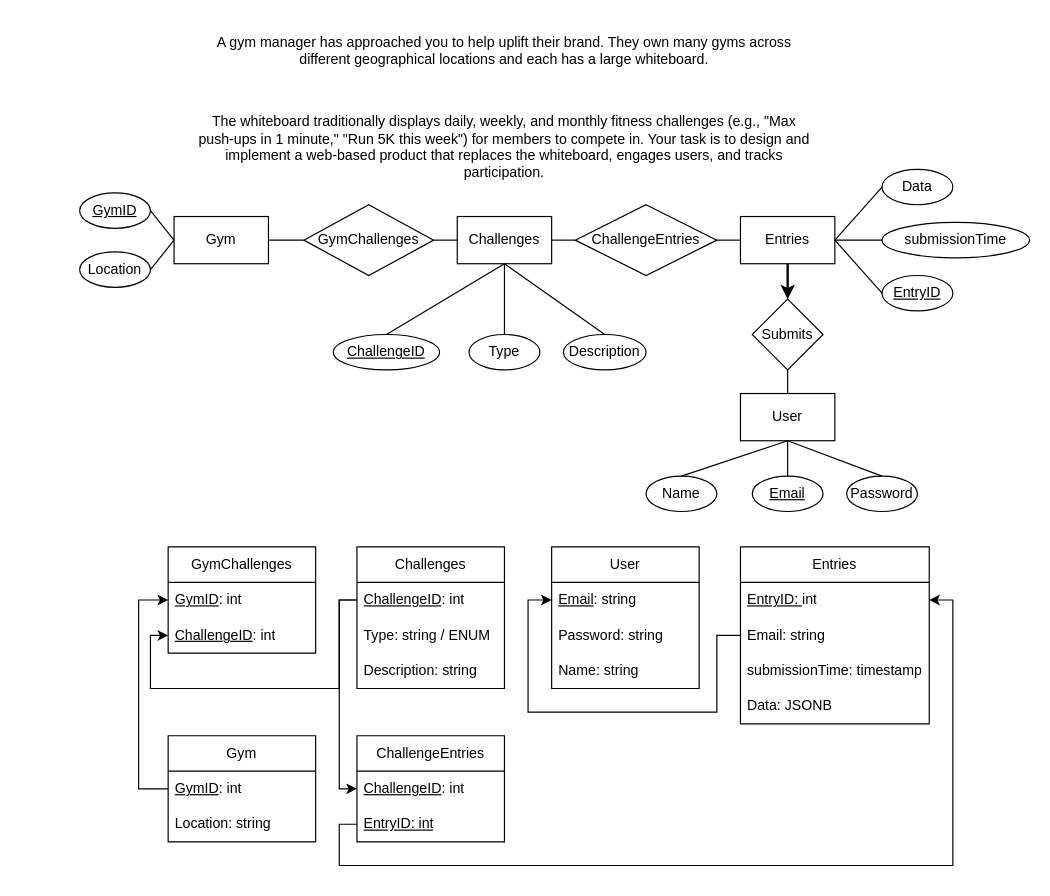
bwt2/onex-welcome-pack keeps this draw.io diagram as docs/onex-welcome-pack.drawio. Above is the earlier version. Source tidied: cells renumbered, new cells numbered last; positions are measured from the earlier drawing's top-left corner, leaving out a move shared by most shapes. Both pictures are drawn from the tidied source at 118%, with x=0, y=0 at pixel (79, 98).
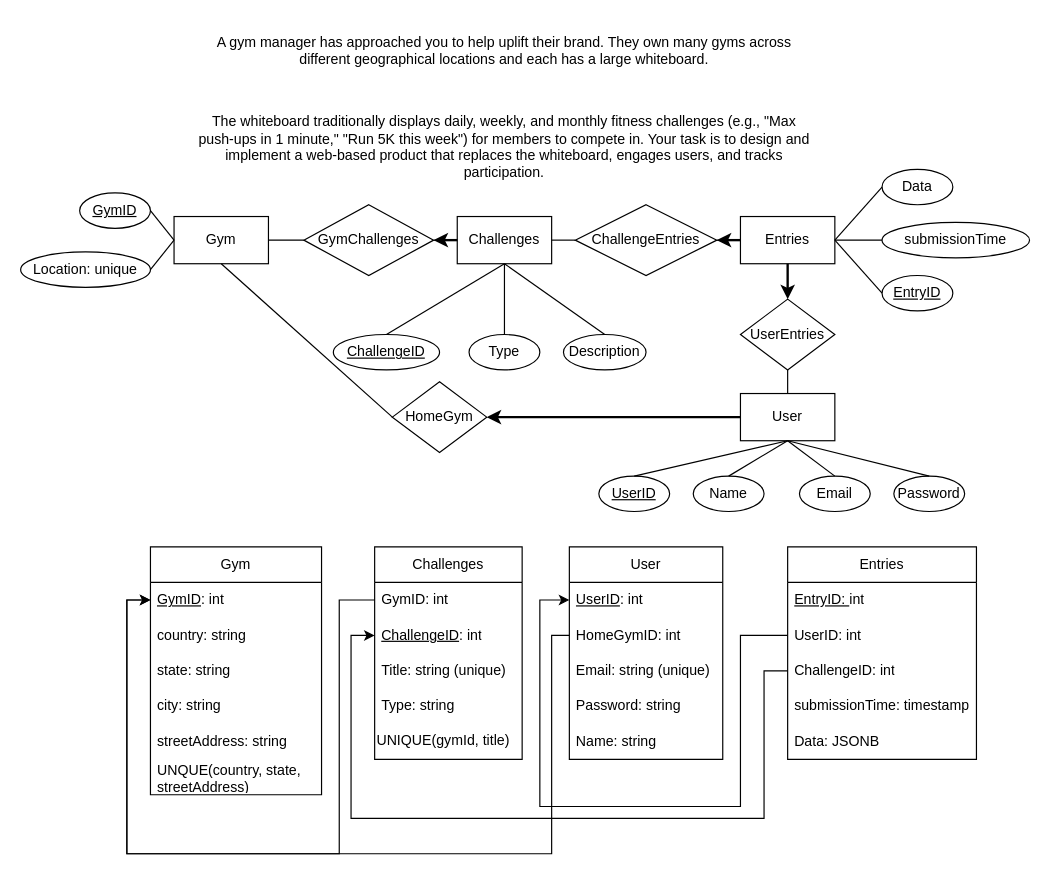
The same diagram, later.

The change refers to these unchanged cells:
```xml
<mxCell id="6" value="&lt;div&gt;Gym&lt;/div&gt;" style="rounded=0;whiteSpace=wrap;html=1;" parent="1" vertex="1">
  <mxGeometry x="80" y="100" width="80" height="40" as="geometry" />
</mxCell>
<mxCell id="9" value="GymChallenges" style="rhombus;whiteSpace=wrap;html=1;" parent="1" vertex="1">
  <mxGeometry x="190" y="90" width="110" height="60" as="geometry" />
</mxCell>
<mxCell id="10" value="&lt;div&gt;Challenges&lt;/div&gt;" style="rounded=0;whiteSpace=wrap;html=1;" parent="1" vertex="1">
  <mxGeometry x="320" y="100" width="80" height="40" as="geometry" />
</mxCell>
<mxCell id="13" value="Entries" style="rounded=0;whiteSpace=wrap;html=1;" parent="1" vertex="1">
  <mxGeometry x="560" y="100" width="80" height="40" as="geometry" />
</mxCell>
<mxCell id="14" value="User" style="rounded=0;whiteSpace=wrap;html=1;" parent="1" vertex="1">
  <mxGeometry x="560" y="250" width="80" height="40" as="geometry" />
</mxCell>
<mxCell id="19" value="ChallengeEntries" style="rhombus;whiteSpace=wrap;html=1;" parent="1" vertex="1">
  <mxGeometry x="420" y="90" width="120" height="60" as="geometry" />
</mxCell>
<mxCell id="49" value="&lt;u&gt;EntryID: &lt;/u&gt;int" style="text;strokeColor=none;fillColor=none;align=left;verticalAlign=middle;spacingLeft=4;spacingRight=4;overflow=hidden;points=[[0,0.5],[1,0.5]];portConstraint=eastwest;whiteSpace=wrap;html=1;" parent="48" vertex="1">
  <mxGeometry y="30" width="160" height="30" as="geometry" />
</mxCell>
```

The edit, as a diff of the source:
```diff
@@
     <mxCell id="2" value="Gym" style="swimlane;fontStyle=0;horizontal=1;startSize=30;whiteSpace=wrap;html=1;" parent="1" vertex="1">
-      <mxGeometry x="75" y="540" width="125" height="90" as="geometry" />
+      <mxGeometry x="60" y="380" width="145" height="210" as="geometry" />
     </mxCell>
     <mxCell id="3" value="&lt;u&gt;GymID&lt;/u&gt;: int" style="text;strokeColor=none;fillColor=none;align=left;verticalAlign=middle;spacingLeft=4;spacingRight=4;overflow=hidden;points=[[0,0.5],[1,0.5]];portConstraint=eastwest;whiteSpace=wrap;html=1;" parent="2" vertex="1">
-      <mxGeometry y="30" width="125" height="30" as="geometry" />
+      <mxGeometry y="30" width="145" height="30" as="geometry" />
     </mxCell>
-    <mxCell id="4" value="&lt;div&gt;Location: string&lt;/div&gt;" style="text;strokeColor=none;fillColor=none;align=left;verticalAlign=middle;spacingLeft=4;spacingRight=4;overflow=hidden;whiteSpace=wrap;html=1;" parent="2" vertex="1">
-      <mxGeometry y="60" width="125" height="30" as="geometry" />
+    <mxCell id="4" value="&lt;div&gt;country: string&lt;/div&gt;" style="text;strokeColor=none;fillColor=none;align=left;verticalAlign=middle;spacingLeft=4;spacingRight=4;overflow=hidden;whiteSpace=wrap;html=1;" parent="2" vertex="1">
+      <mxGeometry y="60" width="145" height="30" as="geometry" />
     </mxCell>
+    <mxCell id="65" value="&lt;div&gt;state: string&lt;/div&gt;" style="text;strokeColor=none;fillColor=none;align=left;verticalAlign=middle;spacingLeft=4;spacingRight=4;overflow=hidden;whiteSpace=wrap;html=1;" parent="2" vertex="1">
+      <mxGeometry y="90" width="145" height="30" as="geometry" />
+    </mxCell>
+    <mxCell id="66" value="&lt;div&gt;city: string&lt;/div&gt;" style="text;strokeColor=none;fillColor=none;align=left;verticalAlign=middle;spacingLeft=4;spacingRight=4;overflow=hidden;whiteSpace=wrap;html=1;" parent="2" vertex="1">
+      <mxGeometry y="120" width="145" height="30" as="geometry" />
+    </mxCell>
+    <mxCell id="67" value="&lt;div&gt;streetAddress: string&lt;/div&gt;" style="text;strokeColor=none;fillColor=none;align=left;verticalAlign=middle;spacingLeft=4;spacingRight=4;overflow=hidden;whiteSpace=wrap;html=1;" parent="2" vertex="1">
+      <mxGeometry y="150" width="145" height="30" as="geometry" />
+    </mxCell>
+    <mxCell id="68" value="&lt;div&gt;UNQUE(country, state, streetAddress)&lt;/div&gt;" style="text;strokeColor=none;fillColor=none;align=left;verticalAlign=middle;spacingLeft=4;spacingRight=4;overflow=hidden;whiteSpace=wrap;html=1;" parent="2" vertex="1">
+      <mxGeometry y="180" width="145" height="30" as="geometry" />
+    </mxCell>
@@
-    <mxCell id="11" value="Location" style="ellipse;whiteSpace=wrap;html=1;" parent="1" vertex="1">
-      <mxGeometry y="130" width="60" height="30" as="geometry" />
+    <mxCell id="11" value="Location: unique" style="ellipse;whiteSpace=wrap;html=1;" parent="1" vertex="1">
+      <mxGeometry x="-50" y="130" width="110" height="30" as="geometry" />
     </mxCell>
@@
-    <mxCell id="20" value="&lt;div&gt;Submits&lt;/div&gt;" style="rhombus;whiteSpace=wrap;html=1;" parent="1" vertex="1">
-      <mxGeometry x="570" y="170" width="60" height="60" as="geometry" />
+    <mxCell id="20" value="&lt;div&gt;UserEntries&lt;/div&gt;" style="rhombus;whiteSpace=wrap;html=1;" parent="1" vertex="1">
+      <mxGeometry x="560" y="170" width="80" height="60" as="geometry" />
     </mxCell>
@@
     <mxCell id="27" value="Name" style="ellipse;whiteSpace=wrap;html=1;" parent="1" vertex="1">
-      <mxGeometry x="480" y="320" width="60" height="30" as="geometry" />
+      <mxGeometry x="520" y="320" width="60" height="30" as="geometry" />
     </mxCell>
-    <mxCell id="28" value="&lt;div&gt;&lt;u&gt;Email&lt;/u&gt;&lt;/div&gt;" style="ellipse;whiteSpace=wrap;html=1;" parent="1" vertex="1">
-      <mxGeometry x="570" y="320" width="60" height="30" as="geometry" />
+    <mxCell id="28" value="&lt;div&gt;Email&lt;/div&gt;" style="ellipse;whiteSpace=wrap;html=1;" parent="1" vertex="1">
+      <mxGeometry x="610" y="320" width="60" height="30" as="geometry" />
     </mxCell>
@@
     <mxCell id="31" value="Password" style="ellipse;whiteSpace=wrap;html=1;" parent="1" vertex="1">
-      <mxGeometry x="650" y="320" width="60" height="30" as="geometry" />
+      <mxGeometry x="690" y="320" width="60" height="30" as="geometry" />
     </mxCell>
@@
     <mxCell id="37" value="Challenges" style="swimlane;fontStyle=0;horizontal=1;startSize=30;whiteSpace=wrap;html=1;" parent="1" vertex="1">
-      <mxGeometry x="235" y="380" width="125" height="120" as="geometry" />
+      <mxGeometry x="250" y="380" width="125" height="180" as="geometry" />
     </mxCell>
+    <mxCell id="69" value="GymID: int" style="text;strokeColor=none;fillColor=none;align=left;verticalAlign=middle;spacingLeft=4;spacingRight=4;overflow=hidden;points=[[0,0.5],[1,0.5]];portConstraint=eastwest;whiteSpace=wrap;html=1;" parent="37" vertex="1">
+      <mxGeometry y="30" width="125" height="30" as="geometry" />
+    </mxCell>
     <mxCell id="38" value="&lt;u&gt;ChallengeID&lt;/u&gt;: int" style="text;strokeColor=none;fillColor=none;align=left;verticalAlign=middle;spacingLeft=4;spacingRight=4;overflow=hidden;points=[[0,0.5],[1,0.5]];portConstraint=eastwest;whiteSpace=wrap;html=1;" parent="37" vertex="1">
-      <mxGeometry y="30" width="125" height="30" as="geometry" />
+      <mxGeometry y="60" width="125" height="30" as="geometry" />
     </mxCell>
+    <mxCell id="40" value="&lt;div&gt;Title: string (unique)&lt;/div&gt;" style="text;strokeColor=none;fillColor=none;align=left;verticalAlign=middle;spacingLeft=4;spacingRight=4;overflow=hidden;whiteSpace=wrap;html=1;" parent="37" vertex="1">
+      <mxGeometry y="90" width="125" height="30" as="geometry" />
+    </mxCell>
-    <mxCell id="39" value="&lt;div&gt;Type: string / ENUM&lt;/div&gt;" style="text;strokeColor=none;fillColor=none;align=left;verticalAlign=middle;spacingLeft=4;spacingRight=4;overflow=hidden;whiteSpace=wrap;html=1;" parent="37" vertex="1">
-      <mxGeometry y="60" width="125" height="30" as="geometry" />
+    <mxCell id="39" value="&lt;div&gt;Type: string&lt;/div&gt;" style="text;strokeColor=none;fillColor=none;align=left;verticalAlign=middle;spacingLeft=4;spacingRight=4;overflow=hidden;whiteSpace=wrap;html=1;" parent="37" vertex="1">
+      <mxGeometry y="120" width="125" height="30" as="geometry" />
     </mxCell>
-    <mxCell id="40" value="&lt;div&gt;Description: string&lt;/div&gt;" style="text;strokeColor=none;fillColor=none;align=left;verticalAlign=middle;spacingLeft=4;spacingRight=4;overflow=hidden;whiteSpace=wrap;html=1;" parent="37" vertex="1">
-      <mxGeometry y="90" width="125" height="30" as="geometry" />
-    </mxCell>
+    <mxCell id="70" value="UNIQUE(gymId, title)" style="text;whiteSpace=wrap;" parent="37" vertex="1">
+      <mxGeometry y="150" width="125" height="30" as="geometry" />
+    </mxCell>
     <mxCell id="41" value="User" style="swimlane;fontStyle=0;horizontal=1;startSize=30;whiteSpace=wrap;html=1;" parent="1" vertex="1">
-      <mxGeometry x="400" y="380" width="125" height="120" as="geometry" />
+      <mxGeometry x="415" y="380" width="130" height="180" as="geometry" />
     </mxCell>
+    <mxCell id="71" value="&lt;u&gt;UserID&lt;/u&gt;: int" style="text;strokeColor=none;fillColor=none;align=left;verticalAlign=middle;spacingLeft=4;spacingRight=4;overflow=hidden;points=[[0,0.5],[1,0.5]];portConstraint=eastwest;whiteSpace=wrap;html=1;" parent="41" vertex="1">
+      <mxGeometry y="30" width="130" height="30" as="geometry" />
+    </mxCell>
+    <mxCell id="72" value="HomeGymID: int" style="text;strokeColor=none;fillColor=none;align=left;verticalAlign=middle;spacingLeft=4;spacingRight=4;overflow=hidden;points=[[0,0.5],[1,0.5]];portConstraint=eastwest;whiteSpace=wrap;html=1;" parent="41" vertex="1">
+      <mxGeometry y="60" width="130" height="30" as="geometry" />
+    </mxCell>
-    <mxCell id="42" value="&lt;u&gt;Email&lt;/u&gt;: string" style="text;strokeColor=none;fillColor=none;align=left;verticalAlign=middle;spacingLeft=4;spacingRight=4;overflow=hidden;points=[[0,0.5],[1,0.5]];portConstraint=eastwest;whiteSpace=wrap;html=1;" parent="41" vertex="1">
-      <mxGeometry y="30" width="125" height="30" as="geometry" />
+    <mxCell id="42" value="Email: string (unique)" style="text;strokeColor=none;fillColor=none;align=left;verticalAlign=middle;spacingLeft=4;spacingRight=4;overflow=hidden;points=[[0,0.5],[1,0.5]];portConstraint=eastwest;whiteSpace=wrap;html=1;" parent="41" vertex="1">
+      <mxGeometry y="90" width="130" height="30" as="geometry" />
     </mxCell>
     <mxCell id="43" value="Password: string" style="text;strokeColor=none;fillColor=none;align=left;verticalAlign=middle;spacingLeft=4;spacingRight=4;overflow=hidden;whiteSpace=wrap;html=1;" parent="41" vertex="1">
-      <mxGeometry y="60" width="125" height="30" as="geometry" />
+      <mxGeometry y="120" width="130" height="30" as="geometry" />
     </mxCell>
     <mxCell id="44" value="Name: string" style="text;strokeColor=none;fillColor=none;align=left;verticalAlign=middle;spacingLeft=4;spacingRight=4;overflow=hidden;whiteSpace=wrap;html=1;" parent="41" vertex="1">
-      <mxGeometry y="90" width="125" height="30" as="geometry" />
+      <mxGeometry y="150" width="130" height="30" as="geometry" />
     </mxCell>
-    <mxCell id="45" value="GymChallenges" style="swimlane;fontStyle=0;horizontal=1;startSize=30;whiteSpace=wrap;html=1;" parent="1" vertex="1">
-      <mxGeometry x="75" y="380" width="125" height="90" as="geometry" />
-    </mxCell>
-    <mxCell id="46" value="&lt;u&gt;GymID&lt;/u&gt;: int" style="text;strokeColor=none;fillColor=none;align=left;verticalAlign=middle;spacingLeft=4;spacingRight=4;overflow=hidden;points=[[0,0.5],[1,0.5]];portConstraint=eastwest;whiteSpace=wrap;html=1;" parent="45" vertex="1">
-      <mxGeometry y="30" width="125" height="30" as="geometry" />
-    </mxCell>
-    <mxCell id="47" value="&lt;u&gt;ChallengeID&lt;/u&gt;: int" style="text;strokeColor=none;fillColor=none;align=left;verticalAlign=middle;spacingLeft=4;spacingRight=4;overflow=hidden;points=[[0,0.5],[1,0.5]];portConstraint=eastwest;whiteSpace=wrap;html=1;" parent="45" vertex="1">
-      <mxGeometry y="60" width="125" height="30" as="geometry" />
-    </mxCell>
     <mxCell id="48" value="Entries" style="swimlane;fontStyle=0;horizontal=1;startSize=30;whiteSpace=wrap;html=1;" parent="1" vertex="1">
-      <mxGeometry x="560" y="380" width="160" height="150" as="geometry" />
+      <mxGeometry x="600" y="380" width="160" height="180" as="geometry" />
     </mxCell>
@@
-    <mxCell id="50" value="Email: string" style="text;strokeColor=none;fillColor=none;align=left;verticalAlign=middle;spacingLeft=4;spacingRight=4;overflow=hidden;points=[[0,0.5],[1,0.5]];portConstraint=eastwest;whiteSpace=wrap;html=1;" parent="48" vertex="1">
-      <mxGeometry y="60" width="160" height="30" as="geometry" />
-    </mxCell>
+    <mxCell id="73" value="UserID: int" style="text;strokeColor=none;fillColor=none;align=left;verticalAlign=middle;spacingLeft=4;spacingRight=4;overflow=hidden;points=[[0,0.5],[1,0.5]];portConstraint=eastwest;whiteSpace=wrap;html=1;" parent="48" vertex="1">
+      <mxGeometry y="60" width="160" height="30" as="geometry" />
+    </mxCell>
+    <mxCell id="74" value="ChallengeID: int" style="text;strokeColor=none;fillColor=none;align=left;verticalAlign=middle;spacingLeft=4;spacingRight=4;overflow=hidden;points=[[0,0.5],[1,0.5]];portConstraint=eastwest;whiteSpace=wrap;html=1;" parent="48" vertex="1">
+      <mxGeometry y="90" width="160" height="30" as="geometry" />
+    </mxCell>
     <mxCell id="51" value="submissionTime: timestamp" style="text;strokeColor=none;fillColor=none;align=left;verticalAlign=middle;spacingLeft=4;spacingRight=4;overflow=hidden;whiteSpace=wrap;html=1;" parent="48" vertex="1">
-      <mxGeometry y="90" width="160" height="30" as="geometry" />
+      <mxGeometry y="120" width="160" height="30" as="geometry" />
     </mxCell>
     <mxCell id="52" value="Data: JSONB" style="text;strokeColor=none;fillColor=none;align=left;verticalAlign=middle;spacingLeft=4;spacingRight=4;overflow=hidden;whiteSpace=wrap;html=1;" parent="48" vertex="1">
-      <mxGeometry y="120" width="160" height="30" as="geometry" />
+      <mxGeometry y="150" width="160" height="30" as="geometry" />
     </mxCell>
-    <mxCell id="53" style="edgeStyle=orthogonalEdgeStyle;rounded=0;jettySize=auto;html=1;exitX=0;exitY=0.5;exitDx=0;exitDy=0;entryX=0;entryY=0.5;entryDx=0;entryDy=0;" parent="1" edge="1" source="50" target="42">
-      <mxGeometry relative="1" as="geometry">
-        <Array as="points">
-          <mxPoint x="540" y="455" />
-          <mxPoint x="540" y="520" />
-          <mxPoint x="380" y="520" />
-          <mxPoint x="380" y="425" />
-        </Array>
-      </mxGeometry>
-    </mxCell>
-    <mxCell id="54" value="ChallengeEntries" style="swimlane;fontStyle=0;horizontal=1;startSize=30;whiteSpace=wrap;html=1;" parent="1" vertex="1">
-      <mxGeometry x="235" y="540" width="125" height="90" as="geometry" />
-    </mxCell>
-    <mxCell id="55" value="&lt;u&gt;ChallengeID&lt;/u&gt;: int" style="text;strokeColor=none;fillColor=none;align=left;verticalAlign=middle;spacingLeft=4;spacingRight=4;overflow=hidden;points=[[0,0.5],[1,0.5]];portConstraint=eastwest;whiteSpace=wrap;html=1;" parent="54" vertex="1">
-      <mxGeometry y="30" width="125" height="30" as="geometry" />
-    </mxCell>
-    <mxCell id="56" value="&lt;u&gt;EntryID: int&lt;/u&gt;" style="text;strokeColor=none;fillColor=none;align=left;verticalAlign=middle;spacingLeft=4;spacingRight=4;overflow=hidden;points=[[0,0.5],[1,0.5]];portConstraint=eastwest;whiteSpace=wrap;html=1;" parent="54" vertex="1">
-      <mxGeometry y="60" width="125" height="30" as="geometry" />
-    </mxCell>
@@
-    <mxCell id="59" style="edgeStyle=orthogonalEdgeStyle;rounded=0;jettySize=auto;html=1;exitX=0;exitY=0.5;exitDx=0;exitDy=0;entryX=0;entryY=0.5;entryDx=0;entryDy=0;" parent="1" edge="1" source="3" target="46">
+    <mxCell id="59" style="edgeStyle=orthogonalEdgeStyle;rounded=0;jettySize=auto;html=1;exitX=0;exitY=0.5;exitDx=0;exitDy=0;entryX=0;entryY=0.5;entryDx=0;entryDy=0;" parent="1" edge="1" source="69" target="3">
       <mxGeometry relative="1" as="geometry">
         <Array as="points">
-          <mxPoint x="50" y="585" />
-          <mxPoint x="50" y="425" />
+          <mxPoint x="220" y="425" />
+          <mxPoint x="220" y="640" />
+          <mxPoint x="40" y="640" />
+          <mxPoint x="40" y="425" />
         </Array>
       </mxGeometry>
     </mxCell>
-    <mxCell id="60" style="edgeStyle=orthogonalEdgeStyle;rounded=0;jettySize=auto;html=1;exitX=0;exitY=0.5;exitDx=0;exitDy=0;entryX=1;entryY=0.5;entryDx=0;entryDy=0;" parent="1" edge="1" source="56" target="49">
-      <mxGeometry relative="1" as="geometry">
-        <Array as="points">
-          <mxPoint x="220" y="615" />
-          <mxPoint x="220" y="650" />
-          <mxPoint x="740" y="650" />
-          <mxPoint x="740" y="425" />
-        </Array>
-      </mxGeometry>
-    </mxCell>
-    <mxCell id="61" style="edgeStyle=orthogonalEdgeStyle;rounded=0;jettySize=auto;html=1;exitX=0;exitY=0.5;exitDx=0;exitDy=0;entryX=0;entryY=0.5;entryDx=0;entryDy=0;" parent="1" edge="1" source="38" target="47">
-      <mxGeometry relative="1" as="geometry">
-        <Array as="points">
-          <mxPoint x="220" y="425" />
-          <mxPoint x="220" y="500" />
-          <mxPoint x="60" y="500" />
-          <mxPoint x="60" y="455" />
-        </Array>
-      </mxGeometry>
-    </mxCell>
-    <mxCell id="62" style="edgeStyle=orthogonalEdgeStyle;rounded=0;jettySize=auto;html=1;exitX=0;exitY=0.5;exitDx=0;exitDy=0;entryX=0;entryY=0.5;entryDx=0;entryDy=0;" parent="1" edge="1" source="38" target="55">
-      <mxGeometry relative="1" as="geometry">
-        <Array as="points">
-          <mxPoint x="220" y="425" />
-          <mxPoint x="220" y="585" />
-        </Array>
-      </mxGeometry>
-    </mxCell>
@@
+    <mxCell id="75" value="&lt;div&gt;&lt;u&gt;UserID&lt;/u&gt;&lt;/div&gt;" style="ellipse;whiteSpace=wrap;html=1;" parent="1" vertex="1">
+      <mxGeometry x="440" y="320" width="60" height="30" as="geometry" />
+    </mxCell>
+    <mxCell id="76" style="endArrow=none;html=1;rounded=0;entryX=0.5;entryY=1;entryDx=0;entryDy=0;exitX=0.5;exitY=0;exitDx=0;exitDy=0;" parent="1" edge="1" source="75" target="14">
+      <mxGeometry relative="1" as="geometry" />
+    </mxCell>
+    <mxCell id="77" style="endArrow=classic;html=1;rounded=0;exitX=0;exitY=0.5;exitDx=0;exitDy=0;entryX=1;entryY=0.5;entryDx=0;entryDy=0;strokeWidth=2;" parent="1" edge="1" source="13" target="19">
+      <mxGeometry relative="1" as="geometry" />
+    </mxCell>
+    <mxCell id="78" style="endArrow=classic;html=1;rounded=0;exitX=0;exitY=0.5;exitDx=0;exitDy=0;entryX=1;entryY=0.5;entryDx=0;entryDy=0;strokeWidth=2;" parent="1" edge="1" source="10" target="9">
+      <mxGeometry relative="1" as="geometry" />
+    </mxCell>
+    <mxCell id="79" style="edgeStyle=orthogonalEdgeStyle;rounded=0;jettySize=auto;html=1;exitX=0;exitY=0.5;exitDx=0;exitDy=0;entryX=0;entryY=0.5;entryDx=0;entryDy=0;" parent="1" edge="1" source="74" target="38">
+      <mxGeometry relative="1" as="geometry">
+        <Array as="points">
+          <mxPoint x="580" y="485" />
+          <mxPoint x="580" y="610" />
+          <mxPoint x="230" y="610" />
+          <mxPoint x="230" y="455" />
+        </Array>
+      </mxGeometry>
+    </mxCell>
+    <mxCell id="80" style="edgeStyle=orthogonalEdgeStyle;rounded=0;jettySize=auto;html=1;exitX=0;exitY=0.5;exitDx=0;exitDy=0;entryX=0;entryY=0.5;entryDx=0;entryDy=0;" parent="1" edge="1" source="73" target="71">
+      <mxGeometry relative="1" as="geometry">
+        <Array as="points">
+          <mxPoint x="560" y="455" />
+          <mxPoint x="560" y="600" />
+          <mxPoint x="390" y="600" />
+          <mxPoint x="390" y="425" />
+        </Array>
+      </mxGeometry>
+    </mxCell>
+    <mxCell id="81" value="HomeGym" style="rhombus;whiteSpace=wrap;html=1;" parent="1" vertex="1">
+      <mxGeometry x="265" y="240" width="80" height="60" as="geometry" />
+    </mxCell>
+    <mxCell id="82" style="endArrow=none;html=1;rounded=0;entryX=0.5;entryY=1;entryDx=0;entryDy=0;exitX=0;exitY=0.5;exitDx=0;exitDy=0;" parent="1" edge="1" source="81" target="6">
+      <mxGeometry relative="1" as="geometry" />
+    </mxCell>
+    <mxCell id="83" style="endArrow=classic;html=1;rounded=0;exitX=0;exitY=0.5;exitDx=0;exitDy=0;entryX=1;entryY=0.5;entryDx=0;entryDy=0;strokeWidth=2;" parent="1" edge="1" source="14" target="81">
+      <mxGeometry relative="1" as="geometry" />
+    </mxCell>
+    <mxCell id="84" style="edgeStyle=orthogonalEdgeStyle;rounded=0;jettySize=auto;html=1;exitX=0;exitY=0.5;exitDx=0;exitDy=0;entryX=0;entryY=0.5;entryDx=0;entryDy=0;" parent="1" edge="1" source="72" target="3">
+      <mxGeometry relative="1" as="geometry">
+        <Array as="points">
+          <mxPoint x="400" y="455" />
+          <mxPoint x="400" y="640" />
+          <mxPoint x="40" y="640" />
+          <mxPoint x="40" y="425" />
+        </Array>
+      </mxGeometry>
+    </mxCell>
```
